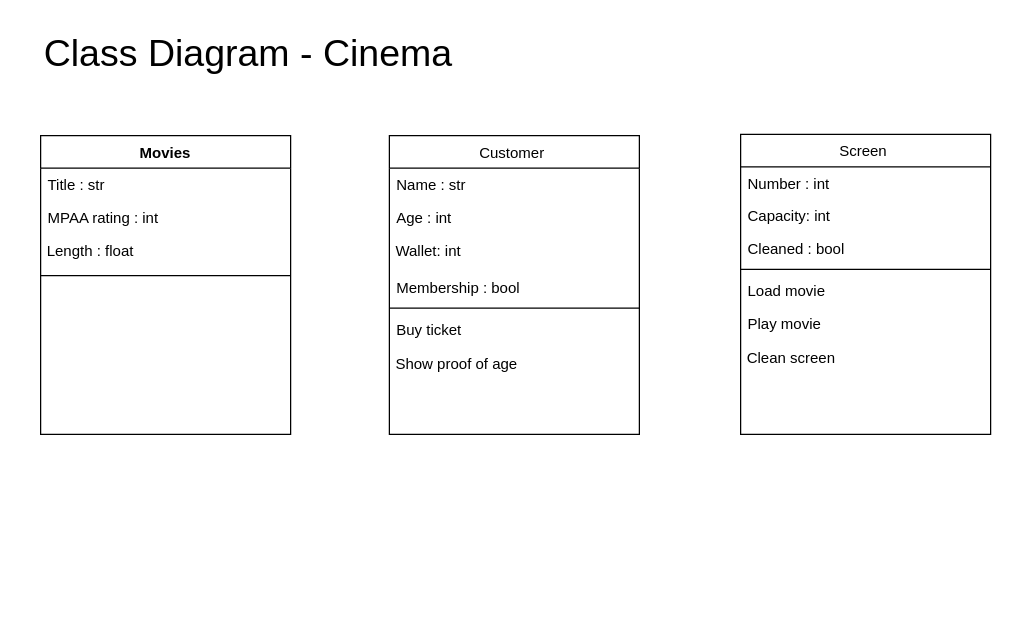
Before: Untitled Diagram.drawio in ljbedi/PDA-Homework-, a draw.io diagram. Source tidied: cells renumbered, new cells numbered last; positions are measured from the earlier drawing's top-left corner, leaving out a move shared by most shapes. Both pictures are drawn from the tidied source at 125%, with x=0, y=0 at pixel (28, 21).
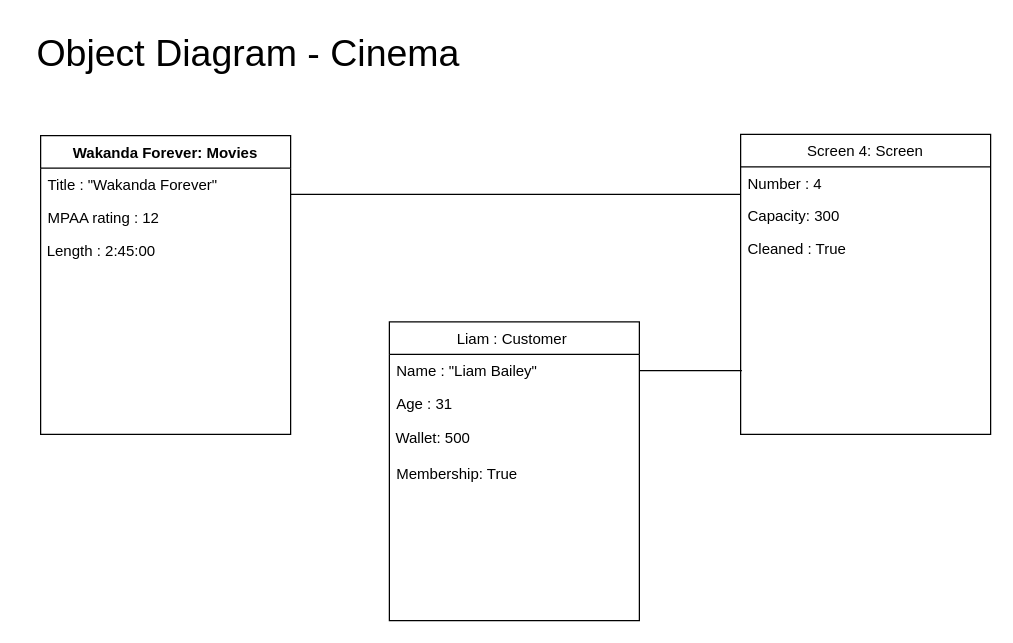
After the change.

Diff of the diagram source:
```diff
@@
-    <mxCell id="2" value="Movies&#10;" style="swimlane;fontStyle=1;align=center;verticalAlign=top;horizontal=1;startSize=26;rounded=0;shadow=0;strokeWidth=1;fontFamily=Helvetica;" parent="1" vertex="1">
+    <mxCell id="2" value="Wakanda Forever: Movies&#10;" style="swimlane;fontStyle=1;align=center;verticalAlign=top;horizontal=1;startSize=26;rounded=0;shadow=0;strokeWidth=1;fontFamily=Helvetica;" parent="1" vertex="1">
       <mxGeometry x="10" y="91" width="200" height="239" as="geometry" />
     </mxCell>
-    <mxCell id="3" value="Title : str " style="text;align=left;verticalAlign=top;spacingLeft=4;spacingRight=4;overflow=hidden;points=[[0,0.5],[1,0.5]];portConstraint=eastwest;" parent="2" vertex="1">
+    <mxCell id="3" value="Title : &quot;Wakanda Forever&quot;" style="text;align=left;verticalAlign=top;spacingLeft=4;spacingRight=4;overflow=hidden;points=[[0,0.5],[1,0.5]];portConstraint=eastwest;" parent="2" vertex="1">
       <mxGeometry y="26" width="200" height="26" as="geometry" />
     </mxCell>
-    <mxCell id="4" value="MPAA rating : int &#10;" style="text;align=left;verticalAlign=top;spacingLeft=4;spacingRight=4;overflow=hidden;rounded=0;shadow=0;html=0;" parent="2" vertex="1">
+    <mxCell id="4" value="MPAA rating : 12 " style="text;align=left;verticalAlign=top;spacingLeft=4;spacingRight=4;overflow=hidden;rounded=0;shadow=0;html=0;" parent="2" vertex="1">
       <mxGeometry y="52" width="200" height="26" as="geometry" />
     </mxCell>
-    <mxCell id="5" value="&amp;nbsp;Length : float&amp;nbsp;" style="text;html=1;align=left;verticalAlign=middle;strokeColor=none;fillColor=none;" parent="2" vertex="1">
+    <mxCell id="5" value="&amp;nbsp;Length : 2:45:00" style="text;html=1;align=left;verticalAlign=middle;strokeColor=none;fillColor=none;" parent="2" vertex="1">
       <mxGeometry y="78" width="200" height="30" as="geometry" />
     </mxCell>
-    <mxCell id="6" style="line;html=1;strokeWidth=1;align=left;verticalAlign=middle;spacingTop=-1;spacingLeft=3;spacingRight=3;labelPosition=right;" parent="2" vertex="1">
-      <mxGeometry y="108" width="200" height="8" as="geometry" />
-    </mxCell>
-    <mxCell id="7" value="Screen &#10;" style="swimlane;fontStyle=0;align=center;verticalAlign=top;horizontal=1;startSize=26;rounded=0;shadow=0;strokeWidth=1;" parent="1" vertex="1">
+    <mxCell id="7" value="Screen 4: Screen" style="swimlane;fontStyle=0;align=center;verticalAlign=top;horizontal=1;startSize=26;rounded=0;shadow=0;strokeWidth=1;" parent="1" vertex="1">
       <mxGeometry x="570" y="90" width="200" height="240" as="geometry" />
     </mxCell>
-    <mxCell id="8" value="Number : int &#10;" style="text;align=left;verticalAlign=top;spacingLeft=4;spacingRight=4;overflow=hidden;points=[[0,0.5],[1,0.5]];portConstraint=eastwest;" parent="7" vertex="1">
+    <mxCell id="8" value="Number : 4 " style="text;align=left;verticalAlign=top;spacingLeft=4;spacingRight=4;overflow=hidden;points=[[0,0.5],[1,0.5]];portConstraint=eastwest;" parent="7" vertex="1">
       <mxGeometry y="26" width="200" height="26" as="geometry" />
     </mxCell>
-    <mxCell id="9" value="Capacity: int " style="text;align=left;verticalAlign=top;spacingLeft=4;spacingRight=4;overflow=hidden;rounded=0;shadow=0;html=0;" parent="7" vertex="1">
+    <mxCell id="9" value="Capacity: 300" style="text;align=left;verticalAlign=top;spacingLeft=4;spacingRight=4;overflow=hidden;rounded=0;shadow=0;html=0;" parent="7" vertex="1">
       <mxGeometry y="52" width="200" height="26" as="geometry" />
     </mxCell>
-    <mxCell id="10" value="Cleaned : bool &#10;" style="text;align=left;verticalAlign=top;spacingLeft=4;spacingRight=4;overflow=hidden;rounded=0;shadow=0;html=0;" parent="7" vertex="1">
+    <mxCell id="10" value="Cleaned : True " style="text;align=left;verticalAlign=top;spacingLeft=4;spacingRight=4;overflow=hidden;rounded=0;shadow=0;html=0;" parent="7" vertex="1">
       <mxGeometry y="78" width="200" height="26" as="geometry" />
     </mxCell>
-    <mxCell id="11" style="line;html=1;strokeWidth=1;align=left;verticalAlign=middle;spacingTop=-1;spacingLeft=3;spacingRight=3;labelPosition=right;" parent="7" vertex="1">
-      <mxGeometry y="104" width="200" height="8" as="geometry" />
-    </mxCell>
-    <mxCell id="12" value="Load movie" style="text;align=left;verticalAlign=top;spacingLeft=4;spacingRight=4;overflow=hidden;" parent="7" vertex="1">
-      <mxGeometry y="112" width="200" height="26" as="geometry" />
-    </mxCell>
-    <mxCell id="13" value="Play movie" style="text;align=left;verticalAlign=top;spacingLeft=4;spacingRight=4;overflow=hidden;" parent="7" vertex="1">
-      <mxGeometry y="138" width="200" height="26" as="geometry" />
-    </mxCell>
-    <mxCell id="14" value="&amp;nbsp;Clean screen" style="text;html=1;align=left;verticalAlign=middle;strokeColor=none;fillColor=none;" parent="7" vertex="1">
-      <mxGeometry y="164" width="200" height="30" as="geometry" />
-    </mxCell>
-    <mxCell id="15" value="Class Diagram - Cinema&amp;nbsp;" style="text;html=1;align=center;verticalAlign=middle;strokeColor=none;fillColor=none;fontSize=30;" parent="1" vertex="1">
-      <mxGeometry width="360" height="50" as="geometry" />
+    <mxCell id="15" value="Object Diagram - Cinema&amp;nbsp;" style="text;html=1;align=center;verticalAlign=middle;strokeColor=none;fillColor=none;fontSize=30;" parent="1" vertex="1">
+      <mxGeometry x="-5" width="370" height="50" as="geometry" />
     </mxCell>
-    <mxCell id="16" value="Customer &#10;" style="swimlane;fontStyle=0;align=center;verticalAlign=top;horizontal=1;startSize=26;rounded=0;shadow=0;strokeWidth=1;" parent="1" vertex="1">
-      <mxGeometry x="289" y="91" width="200" height="239" as="geometry" />
+    <mxCell id="16" value="Liam : Customer &#10;" style="swimlane;fontStyle=0;align=center;verticalAlign=top;horizontal=1;startSize=26;rounded=0;shadow=0;strokeWidth=1;" parent="1" vertex="1">
+      <mxGeometry x="289" y="240" width="200" height="239" as="geometry" />
     </mxCell>
-    <mxCell id="17" value="Name : str " style="text;align=left;verticalAlign=top;spacingLeft=4;spacingRight=4;overflow=hidden;points=[[0,0.5],[1,0.5]];portConstraint=eastwest;" parent="16" vertex="1">
+    <mxCell id="17" value="Name : &quot;Liam Bailey&quot;" style="text;align=left;verticalAlign=top;spacingLeft=4;spacingRight=4;overflow=hidden;points=[[0,0.5],[1,0.5]];portConstraint=eastwest;" parent="16" vertex="1">
       <mxGeometry y="26" width="200" height="26" as="geometry" />
     </mxCell>
-    <mxCell id="18" value="Age : int " style="text;align=left;verticalAlign=top;spacingLeft=4;spacingRight=4;overflow=hidden;rounded=0;shadow=0;html=0;" parent="16" vertex="1">
+    <mxCell id="18" value="Age : 31" style="text;align=left;verticalAlign=top;spacingLeft=4;spacingRight=4;overflow=hidden;rounded=0;shadow=0;html=0;" parent="16" vertex="1">
       <mxGeometry y="52" width="200" height="26" as="geometry" />
     </mxCell>
-    <mxCell id="19" value="&amp;nbsp;Wallet: int &amp;nbsp;" style="text;html=1;align=left;verticalAlign=middle;strokeColor=none;fillColor=none;" parent="16" vertex="1">
+    <mxCell id="19" value="&amp;nbsp;Wallet: 500" style="text;html=1;align=left;verticalAlign=middle;strokeColor=none;fillColor=none;" parent="16" vertex="1">
       <mxGeometry y="78" width="200" height="30" as="geometry" />
     </mxCell>
-    <mxCell id="20" value="Membership : bool" style="text;align=left;verticalAlign=top;spacingLeft=4;spacingRight=4;overflow=hidden;rounded=0;shadow=0;html=0;" parent="16" vertex="1">
+    <mxCell id="20" value="Membership: True " style="text;align=left;verticalAlign=top;spacingLeft=4;spacingRight=4;overflow=hidden;rounded=0;shadow=0;html=0;" parent="16" vertex="1">
       <mxGeometry y="108" width="200" height="26" as="geometry" />
     </mxCell>
-    <mxCell id="21" style="line;html=1;strokeWidth=1;align=left;verticalAlign=middle;spacingTop=-1;spacingLeft=3;spacingRight=3;labelPosition=right;" parent="16" vertex="1">
-      <mxGeometry y="134" width="200" height="8" as="geometry" />
-    </mxCell>
-    <mxCell id="22" value="Buy ticket &#10;" style="text;align=left;verticalAlign=top;spacingLeft=4;spacingRight=4;overflow=hidden;" parent="16" vertex="1">
-      <mxGeometry y="142" width="200" height="26" as="geometry" />
-    </mxCell>
-    <mxCell id="23" value="&amp;nbsp;Show proof of age&amp;nbsp;" style="text;html=1;align=left;verticalAlign=middle;strokeColor=none;fillColor=none;" parent="16" vertex="1">
-      <mxGeometry y="168" width="200" height="30" as="geometry" />
-    </mxCell>
+    <mxCell id="24" style="endArrow=none;html=1;rounded=0;entryX=0;entryY=0.846;entryDx=0;entryDy=0;entryPerimeter=0;exitX=1;exitY=0.808;exitDx=0;exitDy=0;exitPerimeter=0;" parent="1" edge="1" source="3" target="8">
+      <mxGeometry relative="1" as="geometry" />
+    </mxCell>
+    <mxCell id="25" style="endArrow=none;html=1;rounded=0;exitX=1;exitY=0.5;exitDx=0;exitDy=0;" parent="1" edge="1" source="17">
+      <mxGeometry relative="1" as="geometry">
+        <mxPoint x="571" y="279" as="targetPoint" />
+      </mxGeometry>
+    </mxCell>
```
